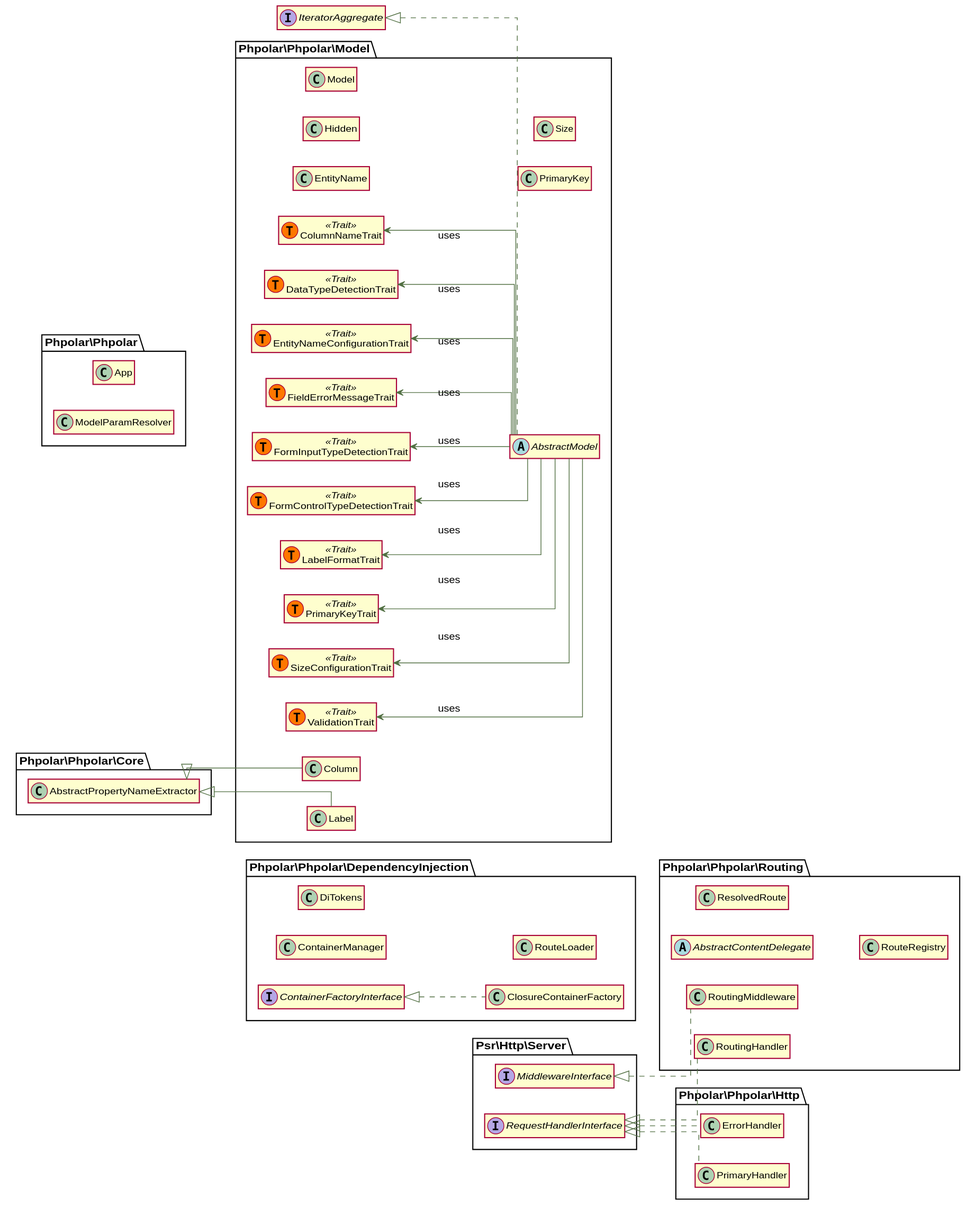
Before: docs/graphs/classes.svg, a diagram exported from PlantUML (phpolar/phpolar).
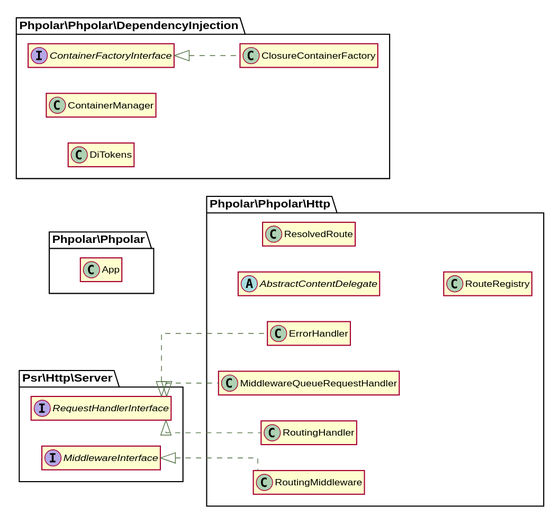
The same file after the commit.

Diff of the diagram source:
```diff
@@ -16,9 +16,6 @@
 class \\Phpolar\\Phpolar\\App {
 }
 
-class \\Phpolar\\Phpolar\\ModelParamResolver {
-}
-
 class \\Phpolar\\Phpolar\\DependencyInjection\\ClosureContainerFactory implements \\Phpolar\\Phpolar\\DependencyInjection\\ContainerFactoryInterface {
 }
 
@@ -28,95 +25,28 @@
 class \\Phpolar\\Phpolar\\DependencyInjection\\DiTokens {
 }
 
-class \\Phpolar\\Phpolar\\DependencyInjection\\RouteLoader {
+interface \\Phpolar\\Phpolar\\DependencyInjection\\ContainerFactoryInterface {
 }
 
-interface \\Phpolar\\Phpolar\\DependencyInjection\\ContainerFactoryInterface {
+abstract class \\Phpolar\\Phpolar\\Http\\AbstractContentDelegate {
 }
 
 class \\Phpolar\\Phpolar\\Http\\ErrorHandler implements \\Psr\\Http\\Server\\RequestHandlerInterface {
 }
 
-class \\Phpolar\\Phpolar\\Http\\PrimaryHandler implements \\Psr\\Http\\Server\\RequestHandlerInterface {
-}
-\\Phpolar\\Phpolar\\Model\\ColumnNameTrait <-- \\Phpolar\\Phpolar\\Model\\AbstractModel : uses
-\\Phpolar\\Phpolar\\Model\\DataTypeDetectionTrait <-- \\Phpolar\\Phpolar\\Model\\AbstractModel : uses
-\\Phpolar\\Phpolar\\Model\\EntityNameConfigurationTrait <-- \\Phpolar\\Phpolar\\Model\\AbstractModel : uses
-\\Phpolar\\Phpolar\\Model\\FieldErrorMessageTrait <-- \\Phpolar\\Phpolar\\Model\\AbstractModel : uses
-\\Phpolar\\Phpolar\\Model\\FormInputTypeDetectionTrait <-- \\Phpolar\\Phpolar\\Model\\AbstractModel : uses
-\\Phpolar\\Phpolar\\Model\\FormControlTypeDetectionTrait <-- \\Phpolar\\Phpolar\\Model\\AbstractModel : uses
-\\Phpolar\\Phpolar\\Model\\LabelFormatTrait <-- \\Phpolar\\Phpolar\\Model\\AbstractModel : uses
-\\Phpolar\\Phpolar\\Model\\PrimaryKeyTrait <-- \\Phpolar\\Phpolar\\Model\\AbstractModel : uses
-\\Phpolar\\Phpolar\\Model\\SizeConfigurationTrait <-- \\Phpolar\\Phpolar\\Model\\AbstractModel : uses
-\\Phpolar\\Phpolar\\Model\\ValidationTrait <-- \\Phpolar\\Phpolar\\Model\\AbstractModel : uses
-
-abstract class \\Phpolar\\Phpolar\\Model\\AbstractModel implements \\IteratorAggregate {
+class \\Phpolar\\Phpolar\\Http\\MiddlewareQueueRequestHandler implements \\Psr\\Http\\Server\\RequestHandlerInterface {
 }
 
-class \\Phpolar\\Phpolar\\Model\\Column extends \\Phpolar\\Phpolar\\Core\\AbstractPropertyNameExtractor {
+class \\Phpolar\\Phpolar\\Http\\ResolvedRoute {
 }
 
-class \\Phpolar\\Phpolar\\Model\\EntityName {
+class \\Phpolar\\Phpolar\\Http\\RouteRegistry {
 }
 
-class \\Phpolar\\Phpolar\\Model\\Hidden {
+class \\Phpolar\\Phpolar\\Http\\RoutingHandler implements \\Psr\\Http\\Server\\RequestHandlerInterface {
 }
 
-class \\Phpolar\\Phpolar\\Model\\Label extends \\Phpolar\\Phpolar\\Core\\AbstractPropertyNameExtractor {
-}
-
-class \\Phpolar\\Phpolar\\Model\\Model {
-}
-
-class \\Phpolar\\Phpolar\\Model\\PrimaryKey {
-}
-
-class \\Phpolar\\Phpolar\\Model\\Size {
-}
-
-class \\Phpolar\\Phpolar\\Model\\ColumnNameTrait << (T,#FF7700) Trait >> {
-}
-
-class \\Phpolar\\Phpolar\\Model\\DataTypeDetectionTrait << (T,#FF7700) Trait >> {
-}
-
-class \\Phpolar\\Phpolar\\Model\\EntityNameConfigurationTrait << (T,#FF7700) Trait >> {
-}
-
-class \\Phpolar\\Phpolar\\Model\\FieldErrorMessageTrait << (T,#FF7700) Trait >> {
-}
-
-class \\Phpolar\\Phpolar\\Model\\FormControlTypeDetectionTrait << (T,#FF7700) Trait >> {
-}
-
-class \\Phpolar\\Phpolar\\Model\\FormInputTypeDetectionTrait << (T,#FF7700) Trait >> {
-}
-
-class \\Phpolar\\Phpolar\\Model\\LabelFormatTrait << (T,#FF7700) Trait >> {
-}
-
-class \\Phpolar\\Phpolar\\Model\\PrimaryKeyTrait << (T,#FF7700) Trait >> {
-}
-
-class \\Phpolar\\Phpolar\\Model\\SizeConfigurationTrait << (T,#FF7700) Trait >> {
-}
-
-class \\Phpolar\\Phpolar\\Model\\ValidationTrait << (T,#FF7700) Trait >> {
-}
-
-abstract class \\Phpolar\\Phpolar\\Routing\\AbstractContentDelegate {
-}
-
-class \\Phpolar\\Phpolar\\Routing\\ResolvedRoute {
-}
-
-class \\Phpolar\\Phpolar\\Routing\\RouteRegistry {
-}
-
-class \\Phpolar\\Phpolar\\Routing\\RoutingHandler implements \\Psr\\Http\\Server\\RequestHandlerInterface {
-}
-
-class \\Phpolar\\Phpolar\\Routing\\RoutingMiddleware implements \\Psr\\Http\\Server\\MiddlewareInterface {
+class \\Phpolar\\Phpolar\\Http\\RoutingMiddleware implements \\Psr\\Http\\Server\\MiddlewareInterface {
 }
 
 @enduml
```
